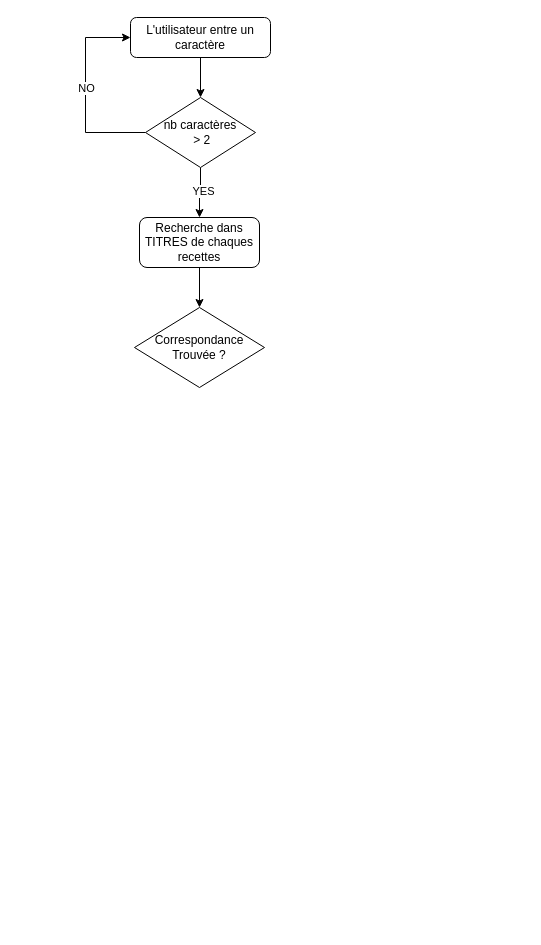
Above: divers/Diagramme sans nom.drawio in ThomasVogeleisen/les_petits_plats (draw.io), before the change. Source tidied: cells renumbered, new cells numbered last; positions are measured from the earlier drawing's top-left corner, leaving out a move shared by most shapes. Both pictures are drawn from the tidied source at 100%, with x=0, y=0 at pixel (85, 17).
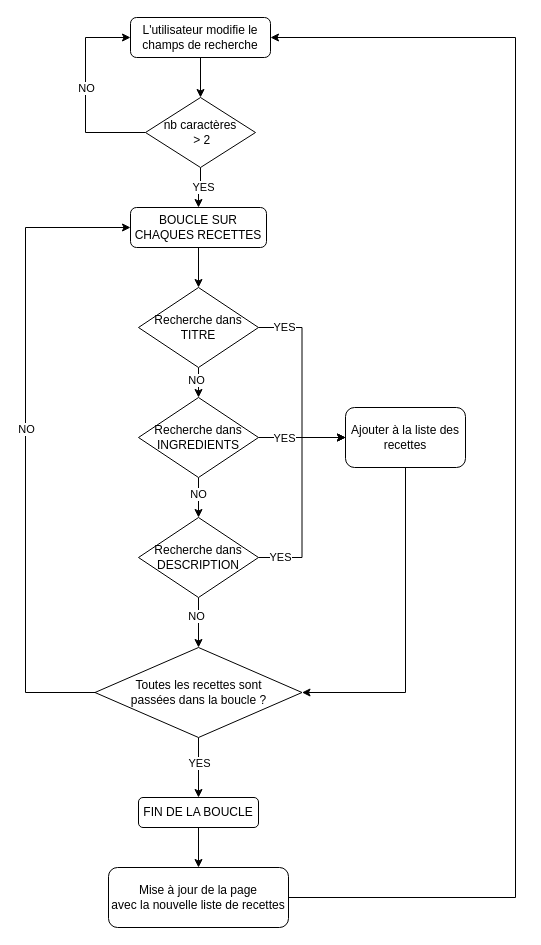
After the change.

Commit message:
Mettre à jour Diagramme sans nom.drawio

Diff of the diagram source:
```diff
@@
-    <mxCell id="3" value="L'utilisateur entre un caractère" style="rounded=1;whiteSpace=wrap;html=1;" parent="1" vertex="1">
+    <mxCell id="3" value="L'utilisateur modifie le champs de recherche" style="rounded=1;whiteSpace=wrap;html=1;" parent="1" vertex="1">
       <mxGeometry x="45" width="140" height="40" as="geometry" />
     </mxCell>
@@
-    <mxCell id="10" style="edgeStyle=orthogonalEdgeStyle;rounded=0;jettySize=auto;html=1;entryX=0.5;entryY=0;entryDx=0;entryDy=0;" parent="1" edge="1" source="11" target="12">
-      <mxGeometry relative="1" as="geometry" />
-    </mxCell>
+    <mxCell id="13" style="edgeStyle=orthogonalEdgeStyle;rounded=0;jettySize=auto;html=1;entryX=0.5;entryY=0;entryDx=0;entryDy=0;" parent="1" edge="1" source="11" target="18">
+      <mxGeometry relative="1" as="geometry" />
+    </mxCell>
-    <mxCell id="11" value="Recherche dans TITRES de chaques recettes" style="rounded=1;whiteSpace=wrap;html=1;" parent="1" vertex="1">
-      <mxGeometry x="54" y="200" width="120" height="50" as="geometry" />
+    <mxCell id="11" value="BOUCLE SUR CHAQUES RECETTES" style="rounded=1;whiteSpace=wrap;html=1;" parent="1" vertex="1">
+      <mxGeometry x="45" y="190" width="136" height="40" as="geometry" />
     </mxCell>
-    <mxCell id="12" value="Correspondance Trouvée ?" style="rhombus;whiteSpace=wrap;html=1;" parent="1" vertex="1">
-      <mxGeometry x="49" y="290" width="130" height="80" as="geometry" />
-    </mxCell>
+    <mxCell id="14" style="edgeStyle=orthogonalEdgeStyle;rounded=0;jettySize=auto;html=1;entryX=0.5;entryY=0;entryDx=0;entryDy=0;" parent="1" edge="1" source="18" target="23">
+      <mxGeometry relative="1" as="geometry" />
+    </mxCell>
+    <mxCell id="15" value="NO" style="edgeLabel;html=1;align=center;verticalAlign=middle;" parent="14" vertex="1">
+      <mxGeometry x="0.28" y="-3" relative="1" as="geometry" />
+    </mxCell>
+    <mxCell id="16" style="edgeStyle=orthogonalEdgeStyle;rounded=0;jettySize=auto;html=1;entryX=0;entryY=0.5;entryDx=0;entryDy=0;" parent="1" edge="1" source="18" target="30">
+      <mxGeometry relative="1" as="geometry" />
+    </mxCell>
+    <mxCell id="17" value="YES" style="edgeLabel;html=1;align=center;verticalAlign=middle;" parent="16" vertex="1">
+      <mxGeometry x="-0.75" y="1" relative="1" as="geometry" />
+    </mxCell>
+    <mxCell id="18" value="Recherche dans TITRE" style="rhombus;whiteSpace=wrap;html=1;" parent="1" vertex="1">
+      <mxGeometry x="53" y="270" width="120" height="80" as="geometry" />
+    </mxCell>
+    <mxCell id="19" style="edgeStyle=orthogonalEdgeStyle;rounded=0;jettySize=auto;html=1;entryX=0.5;entryY=0;entryDx=0;entryDy=0;" parent="1" edge="1" source="23" target="28">
+      <mxGeometry relative="1" as="geometry" />
+    </mxCell>
+    <mxCell id="20" value="NO" style="edgeLabel;html=1;align=center;verticalAlign=middle;" parent="19" vertex="1">
+      <mxGeometry x="-0.2" y="-1" relative="1" as="geometry" />
+    </mxCell>
+    <mxCell id="21" style="edgeStyle=orthogonalEdgeStyle;rounded=0;jettySize=auto;html=1;entryX=0;entryY=0.5;entryDx=0;entryDy=0;" parent="1" edge="1" source="23" target="30">
+      <mxGeometry relative="1" as="geometry" />
+    </mxCell>
+    <mxCell id="22" value="YES" style="edgeLabel;html=1;align=center;verticalAlign=middle;" parent="21" vertex="1">
+      <mxGeometry x="-0.43" relative="1" as="geometry" />
+    </mxCell>
+    <mxCell id="23" value="Recherche dans INGREDIENTS" style="rhombus;whiteSpace=wrap;html=1;" parent="1" vertex="1">
+      <mxGeometry x="53" y="380" width="120" height="80" as="geometry" />
+    </mxCell>
+    <mxCell id="24" style="edgeStyle=orthogonalEdgeStyle;rounded=0;jettySize=auto;html=1;entryX=0;entryY=0.5;entryDx=0;entryDy=0;" parent="1" edge="1" source="28" target="30">
+      <mxGeometry relative="1" as="geometry" />
+    </mxCell>
+    <mxCell id="25" value="YES" style="edgeLabel;html=1;align=center;verticalAlign=middle;" parent="24" vertex="1">
+      <mxGeometry x="-0.8" y="1" relative="1" as="geometry" />
+    </mxCell>
+    <mxCell id="26" style="edgeStyle=orthogonalEdgeStyle;rounded=0;jettySize=auto;html=1;entryX=0.5;entryY=0;entryDx=0;entryDy=0;" parent="1" edge="1" source="28" target="35">
+      <mxGeometry relative="1" as="geometry" />
+    </mxCell>
+    <mxCell id="27" value="NO" style="edgeLabel;html=1;align=center;verticalAlign=middle;" parent="26" vertex="1">
+      <mxGeometry x="-0.3" y="-3" relative="1" as="geometry" />
+    </mxCell>
+    <mxCell id="28" value="Recherche dans DESCRIPTION" style="rhombus;whiteSpace=wrap;html=1;" parent="1" vertex="1">
+      <mxGeometry x="53" y="500" width="120" height="80" as="geometry" />
+    </mxCell>
+    <mxCell id="29" style="edgeStyle=orthogonalEdgeStyle;rounded=0;jettySize=auto;html=1;entryX=1;entryY=0.5;entryDx=0;entryDy=0;" parent="1" edge="1" source="30" target="35">
+      <mxGeometry relative="1" as="geometry">
+        <Array as="points">
+          <mxPoint x="320" y="675" />
+        </Array>
+      </mxGeometry>
+    </mxCell>
+    <mxCell id="30" value="Ajouter à la liste des recettes" style="rounded=1;whiteSpace=wrap;html=1;" parent="1" vertex="1">
+      <mxGeometry x="260" y="390" width="120" height="60" as="geometry" />
+    </mxCell>
+    <mxCell id="31" style="edgeStyle=orthogonalEdgeStyle;rounded=0;jettySize=auto;html=1;entryX=0;entryY=0.5;entryDx=0;entryDy=0;" parent="1" edge="1" source="35" target="11">
+      <mxGeometry relative="1" as="geometry">
+        <Array as="points">
+          <mxPoint x="-60" y="675" />
+          <mxPoint x="-60" y="210" />
+        </Array>
+      </mxGeometry>
+    </mxCell>
+    <mxCell id="32" value="NO" style="edgeLabel;html=1;align=center;verticalAlign=middle;" parent="31" vertex="1">
+      <mxGeometry x="0.04" relative="1" as="geometry" />
+    </mxCell>
+    <mxCell id="33" style="edgeStyle=orthogonalEdgeStyle;rounded=0;jettySize=auto;html=1;entryX=0.5;entryY=0;entryDx=0;entryDy=0;" parent="1" edge="1" source="35" target="37">
+      <mxGeometry relative="1" as="geometry" />
+    </mxCell>
+    <mxCell id="34" value="YES" style="edgeLabel;html=1;align=center;verticalAlign=middle;" parent="33" vertex="1">
+      <mxGeometry x="-0.17" relative="1" as="geometry" />
+    </mxCell>
+    <mxCell id="35" value="Toutes les recettes sont&lt;br&gt;passées dans la boucle ?" style="rhombus;whiteSpace=wrap;html=1;" parent="1" vertex="1">
+      <mxGeometry x="9.5" y="630" width="207" height="90" as="geometry" />
+    </mxCell>
+    <mxCell id="36" style="edgeStyle=orthogonalEdgeStyle;rounded=0;jettySize=auto;html=1;entryX=0.5;entryY=0;entryDx=0;entryDy=0;" parent="1" edge="1" source="37" target="39">
+      <mxGeometry relative="1" as="geometry" />
+    </mxCell>
+    <mxCell id="37" value="FIN DE LA BOUCLE" style="rounded=1;whiteSpace=wrap;html=1;" parent="1" vertex="1">
+      <mxGeometry x="53" y="780" width="120" height="30" as="geometry" />
+    </mxCell>
+    <mxCell id="38" style="edgeStyle=orthogonalEdgeStyle;rounded=0;jettySize=auto;html=1;entryX=1;entryY=0.5;entryDx=0;entryDy=0;" parent="1" edge="1" source="39" target="3">
+      <mxGeometry relative="1" as="geometry">
+        <Array as="points">
+          <mxPoint x="430" y="880" />
+          <mxPoint x="430" y="20" />
+        </Array>
+      </mxGeometry>
+    </mxCell>
+    <mxCell id="39" value="Mise à jour de la page&lt;br&gt;avec la nouvelle liste de recettes" style="rounded=1;whiteSpace=wrap;html=1;" parent="1" vertex="1">
+      <mxGeometry x="23" y="850" width="180" height="60" as="geometry" />
+    </mxCell>
```
